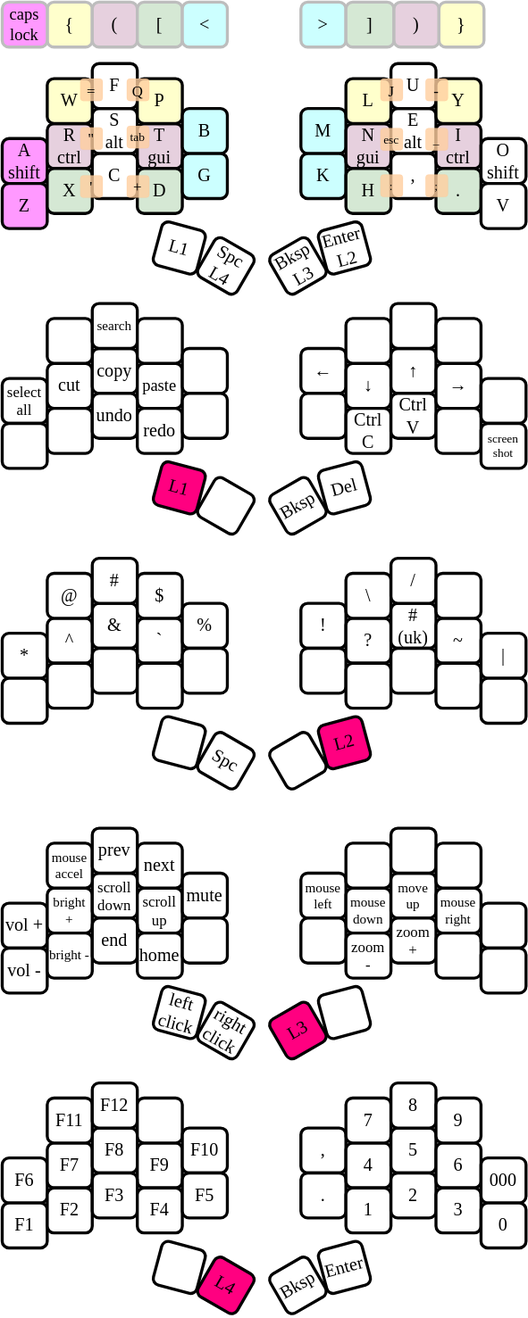
The draw.io diagram images/keymap.svg in smallwat3r/vial-keymap, before a commit. Source tidied: cells renumbered, new cells last; positions are measured from the earlier drawing's top-left corner, leaving out a move shared by most shapes.
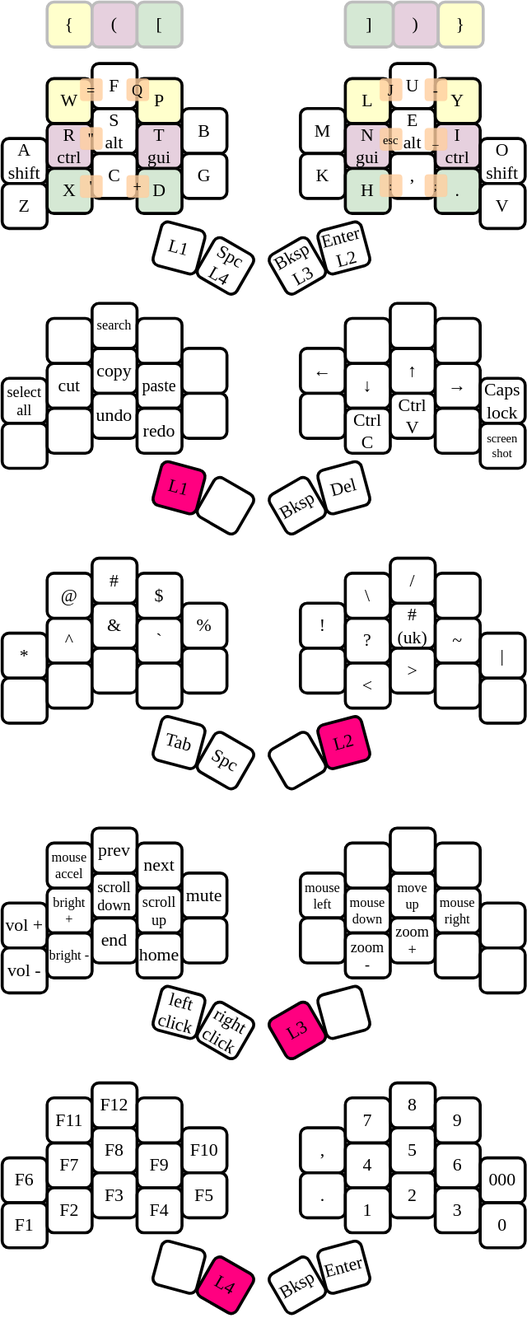
The same file after the commit.

Change to the diagram source:
```diff
@@ -2,10 +2,10 @@
   <root>
     <mxCell id="0" />
     <mxCell id="1" parent="0" />
-    <mxCell id="2" value="A&#10;shift" style="whiteSpace=wrap;glass=0;rounded=1;shadow=0;textShadow=0;strokeWidth=2;perimeterSpacing=2;flipV=1;flipH=1;fillColor=#FF99FF;fontFamily=Comic Sans MS;fontStyle=0;" parent="1" vertex="1">
+    <mxCell id="2" value="A&#10;shift" style="whiteSpace=wrap;glass=0;rounded=1;shadow=0;textShadow=0;strokeWidth=2;perimeterSpacing=2;flipV=1;flipH=1;fillColor=#FFFFFF;fontFamily=Comic Sans MS;fontStyle=0;" parent="1" vertex="1">
       <mxGeometry y="91" width="30" height="30" as="geometry" />
     </mxCell>
-    <mxCell id="3" value="Z" style="whiteSpace=wrap;glass=0;rounded=1;shadow=0;textShadow=0;strokeWidth=2;perimeterSpacing=2;flipV=1;flipH=1;fillColor=#FF99FF;fontFamily=Comic Sans MS;fontStyle=0;" parent="1" vertex="1">
+    <mxCell id="3" value="Z" style="whiteSpace=wrap;glass=0;rounded=1;shadow=0;textShadow=0;strokeWidth=2;perimeterSpacing=2;flipV=1;flipH=1;fillColor=#FFFFFF;fontFamily=Comic Sans MS;fontStyle=0;" parent="1" vertex="1">
       <mxGeometry y="121" width="30" height="30" as="geometry" />
     </mxCell>
     <mxCell id="4" value="R&#10;ctrl" style="whiteSpace=wrap;glass=0;rounded=1;shadow=0;textShadow=0;strokeWidth=2;perimeterSpacing=2;flipV=1;flipH=1;fillColor=#E6D0DE;fontFamily=Comic Sans MS;fontStyle=0;" parent="1" vertex="1">
@@ -35,16 +35,16 @@
     <mxCell id="12" value="P" style="whiteSpace=wrap;glass=0;rounded=1;shadow=0;textShadow=0;strokeWidth=2;perimeterSpacing=2;flipV=1;flipH=1;fillColor=#FFFFCC;fontFamily=Comic Sans MS;fontStyle=0;" parent="1" vertex="1">
       <mxGeometry x="90" y="51" width="30" height="30" as="geometry" />
     </mxCell>
-    <mxCell id="13" value="B" style="whiteSpace=wrap;glass=0;rounded=1;shadow=0;textShadow=0;strokeWidth=2;perimeterSpacing=2;flipV=1;flipH=1;fillColor=#CCFFFF;fontFamily=Comic Sans MS;fontStyle=0;" parent="1" vertex="1">
+    <mxCell id="13" value="B" style="whiteSpace=wrap;glass=0;rounded=1;shadow=0;textShadow=0;strokeWidth=2;perimeterSpacing=2;flipV=1;flipH=1;fillColor=#FFFFFF;fontFamily=Comic Sans MS;fontStyle=0;" parent="1" vertex="1">
       <mxGeometry x="120" y="71" width="30" height="30" as="geometry" />
     </mxCell>
-    <mxCell id="14" value="G" style="whiteSpace=wrap;glass=0;rounded=1;shadow=0;textShadow=0;strokeWidth=2;perimeterSpacing=2;flipV=1;flipH=1;fillColor=#CCFFFF;fontFamily=Comic Sans MS;fontStyle=0;" parent="1" vertex="1">
+    <mxCell id="14" value="G" style="whiteSpace=wrap;glass=0;rounded=1;shadow=0;textShadow=0;strokeWidth=2;perimeterSpacing=2;flipV=1;flipH=1;fillColor=#FFFFFF;fontFamily=Comic Sans MS;fontStyle=0;" parent="1" vertex="1">
       <mxGeometry x="120" y="101" width="30" height="30" as="geometry" />
     </mxCell>
-    <mxCell id="15" value="M" style="whiteSpace=wrap;glass=0;rounded=1;shadow=0;textShadow=0;strokeWidth=2;perimeterSpacing=2;flipV=1;flipH=1;fillColor=#CCFFFF;fontFamily=Comic Sans MS;fontStyle=0;" parent="1" vertex="1">
+    <mxCell id="15" value="M" style="whiteSpace=wrap;glass=0;rounded=1;shadow=0;textShadow=0;strokeWidth=2;perimeterSpacing=2;flipV=1;flipH=1;fillColor=#FFFFFF;fontFamily=Comic Sans MS;fontStyle=0;" parent="1" vertex="1">
       <mxGeometry x="199" y="71" width="30" height="30" as="geometry" />
     </mxCell>
-    <mxCell id="16" value="K" style="whiteSpace=wrap;glass=0;rounded=1;shadow=0;textShadow=0;strokeWidth=2;perimeterSpacing=2;flipV=1;flipH=1;fillColor=#CCFFFF;fontFamily=Comic Sans MS;fontStyle=0;" parent="1" vertex="1">
+    <mxCell id="16" value="K" style="whiteSpace=wrap;glass=0;rounded=1;shadow=0;textShadow=0;strokeWidth=2;perimeterSpacing=2;flipV=1;flipH=1;fillColor=#FFFFFF;fontFamily=Comic Sans MS;fontStyle=0;" parent="1" vertex="1">
       <mxGeometry x="199" y="101" width="30" height="30" as="geometry" />
     </mxCell>
     <mxCell id="17" value="N&#10;gui" style="whiteSpace=wrap;glass=0;rounded=1;shadow=0;textShadow=0;strokeWidth=2;perimeterSpacing=2;flipV=1;flipH=1;fillColor=#E6D0DE;fontFamily=Comic Sans MS;fontStyle=0;" parent="1" vertex="1">
@@ -164,7 +164,7 @@
     <mxCell id="55" style="whiteSpace=wrap;glass=0;rounded=1;shadow=0;textShadow=0;strokeWidth=2;perimeterSpacing=2;flipV=1;flipH=1;fontFamily=Comic Sans MS;fontStyle=0;" parent="1" vertex="1">
       <mxGeometry x="289" y="211" width="30" height="30" as="geometry" />
     </mxCell>
-    <mxCell id="56" style="whiteSpace=wrap;glass=0;rounded=1;shadow=0;textShadow=0;strokeWidth=2;perimeterSpacing=2;flipV=1;flipH=1;fontFamily=Comic Sans MS;fontStyle=0;" parent="1" vertex="1">
+    <mxCell id="56" value="Caps lock" style="whiteSpace=wrap;glass=0;rounded=1;shadow=0;textShadow=0;strokeWidth=2;perimeterSpacing=2;flipV=1;flipH=1;fontFamily=Comic Sans MS;fontStyle=0;" parent="1" vertex="1">
       <mxGeometry x="319" y="251" width="30" height="30" as="geometry" />
     </mxCell>
     <mxCell id="57" value="screen shot" style="whiteSpace=wrap;glass=0;rounded=1;shadow=0;textShadow=0;strokeWidth=2;perimeterSpacing=2;flipV=1;flipH=1;fontFamily=Comic Sans MS;fontStyle=0;fontSize=8;" parent="1" vertex="1">
@@ -191,9 +191,6 @@
     <mxCell id="64" value="[" style="whiteSpace=wrap;glass=0;rounded=1;shadow=0;textShadow=0;strokeWidth=2;perimeterSpacing=2;flipV=1;flipH=1;fillColor=#D5E8D4;strokeColor=#BDBDBD;fontFamily=Comic Sans MS;fontStyle=0;" parent="1" vertex="1">
       <mxGeometry x="90" width="30" height="30" as="geometry" />
     </mxCell>
-    <mxCell id="65" value="&lt;" style="whiteSpace=wrap;glass=0;rounded=1;shadow=0;textShadow=0;strokeWidth=2;perimeterSpacing=2;flipV=1;flipH=1;fillColor=#CCFFFF;strokeColor=#BDBDBD;fontFamily=Comic Sans MS;fontStyle=0;" parent="1" vertex="1">
-      <mxGeometry x="120" width="30" height="30" as="geometry" />
-    </mxCell>
     <mxCell id="66" value="Q" style="glass=0;rounded=1;shadow=0;textShadow=0;strokeWidth=0;perimeterSpacing=0;flipV=1;flipH=1;fontSize=10;opacity=80;fillColor=#FFCE9F;verticalAlign=middle;fontFamily=Comic Sans MS;fontStyle=0;strokeColor=#FFB570;labelBackgroundColor=none;labelBorderColor=none;whiteSpace=wrap;dashed=1;dashPattern=8 8;" parent="1" vertex="1">
       <mxGeometry x="83" y="51" width="15" height="15" as="geometry" />
     </mxCell>
@@ -203,15 +200,6 @@
     <mxCell id="68" value="&quot;" style="glass=0;rounded=1;shadow=0;textShadow=0;strokeWidth=0;perimeterSpacing=0;flipV=1;flipH=1;fontSize=10;opacity=80;fillColor=#FFCE9F;verticalAlign=middle;fontFamily=Comic Sans MS;fontStyle=0;strokeColor=#FFB570;labelBackgroundColor=none;labelBorderColor=none;whiteSpace=wrap;dashed=1;dashPattern=8 8;" parent="1" vertex="1">
       <mxGeometry x="52" y="83.5" width="15" height="15" as="geometry" />
     </mxCell>
-    <mxCell id="69" value="tab" style="glass=0;rounded=1;shadow=0;textShadow=0;strokeWidth=0;perimeterSpacing=0;flipV=1;flipH=1;fontSize=8;opacity=80;fillColor=#FFCE9F;verticalAlign=middle;fontFamily=Comic Sans MS;fontStyle=0;strokeColor=#FFB570;labelBackgroundColor=none;labelBorderColor=none;whiteSpace=wrap;dashed=1;dashPattern=8 8;" parent="1" vertex="1">
-      <mxGeometry x="83" y="82.5" width="15" height="15" as="geometry" />
-    </mxCell>
-    <mxCell id="70" value="caps lock" style="whiteSpace=wrap;glass=0;rounded=1;shadow=0;textShadow=0;strokeWidth=2;perimeterSpacing=2;flipV=1;flipH=1;fillColor=#FF99FF;fontSize=11;strokeColor=#BDBDBD;fontFamily=Comic Sans MS;fontStyle=0;" parent="1" vertex="1">
-      <mxGeometry width="30" height="30" as="geometry" />
-    </mxCell>
-    <mxCell id="71" value="&gt;" style="whiteSpace=wrap;glass=0;rounded=1;shadow=0;textShadow=0;strokeWidth=2;perimeterSpacing=2;flipV=1;flipH=1;fillColor=#CCFFFF;strokeColor=#BDBDBD;fontFamily=Comic Sans MS;fontStyle=0;" parent="1" vertex="1">
-      <mxGeometry x="199" width="30" height="30" as="geometry" />
-    </mxCell>
     <mxCell id="72" value="]" style="whiteSpace=wrap;glass=0;rounded=1;shadow=0;textShadow=0;strokeWidth=2;perimeterSpacing=2;flipV=1;flipH=1;fillColor=#D5E8D4;strokeColor=#BDBDBD;fontFamily=Comic Sans MS;fontStyle=0;" parent="1" vertex="1">
       <mxGeometry x="229" width="32" height="30" as="geometry" />
     </mxCell>
@@ -287,7 +275,7 @@
     <mxCell id="96" value="?" style="whiteSpace=wrap;glass=0;rounded=1;shadow=0;textShadow=0;strokeWidth=2;perimeterSpacing=2;flipV=1;flipH=1;fontFamily=Comic Sans MS;fontStyle=0;" parent="1" vertex="1">
       <mxGeometry x="229" y="411" width="30" height="30" as="geometry" />
     </mxCell>
-    <mxCell id="97" style="whiteSpace=wrap;glass=0;rounded=1;shadow=0;textShadow=0;strokeWidth=2;perimeterSpacing=2;flipV=1;flipH=1;fontFamily=Comic Sans MS;fontStyle=0;" parent="1" vertex="1">
+    <mxCell id="97" value="&lt;" style="whiteSpace=wrap;glass=0;rounded=1;shadow=0;textShadow=0;strokeWidth=2;perimeterSpacing=2;flipV=1;flipH=1;fontFamily=Comic Sans MS;fontStyle=0;" parent="1" vertex="1">
       <mxGeometry x="229" y="441" width="30" height="30" as="geometry" />
     </mxCell>
     <mxCell id="98" value="\" style="whiteSpace=wrap;glass=0;rounded=1;shadow=0;textShadow=0;fontSize=12;strokeWidth=2;perimeterSpacing=2;flipV=1;flipH=1;fontFamily=Comic Sans MS;fontStyle=0;" parent="1" vertex="1">
@@ -296,7 +284,7 @@
     <mxCell id="99" value="# (uk)" style="whiteSpace=wrap;glass=0;rounded=1;shadow=0;textShadow=0;strokeWidth=2;perimeterSpacing=2;flipV=1;flipH=1;fontFamily=Comic Sans MS;fontStyle=0;" parent="1" vertex="1">
       <mxGeometry x="259" y="401" width="30" height="30" as="geometry" />
     </mxCell>
-    <mxCell id="100" style="whiteSpace=wrap;glass=0;rounded=1;shadow=0;textShadow=0;strokeWidth=2;perimeterSpacing=2;flipV=1;flipH=1;fontFamily=Comic Sans MS;fontStyle=0;" parent="1" vertex="1">
+    <mxCell id="100" value="&gt;" style="whiteSpace=wrap;glass=0;rounded=1;shadow=0;textShadow=0;strokeWidth=2;perimeterSpacing=2;flipV=1;flipH=1;fontFamily=Comic Sans MS;fontStyle=0;" parent="1" vertex="1">
       <mxGeometry x="259" y="431" width="30" height="30" as="geometry" />
     </mxCell>
     <mxCell id="101" value="/" style="whiteSpace=wrap;glass=0;rounded=1;shadow=0;textShadow=0;strokeWidth=2;perimeterSpacing=2;flipV=1;flipH=1;fontFamily=Comic Sans MS;fontStyle=0;" parent="1" vertex="1">
@@ -317,7 +305,7 @@
     <mxCell id="106" style="whiteSpace=wrap;glass=0;rounded=1;shadow=0;textShadow=0;strokeWidth=2;perimeterSpacing=2;flipV=1;flipH=1;fontFamily=Comic Sans MS;fontStyle=0;" parent="1" vertex="1">
       <mxGeometry x="319" y="451" width="30" height="30" as="geometry" />
     </mxCell>
-    <mxCell id="107" style="whiteSpace=wrap;glass=0;rounded=1;shadow=0;textShadow=0;rotation=15;direction=west;labelBackgroundColor=none;fillColor=#FFFFFF;strokeWidth=2;perimeterSpacing=2;flipV=1;flipH=1;fontFamily=Comic Sans MS;fontStyle=0;" parent="1" vertex="1">
+    <mxCell id="107" value="Tab" style="whiteSpace=wrap;glass=0;rounded=1;shadow=0;textShadow=0;rotation=15;direction=west;labelBackgroundColor=none;fillColor=#FFFFFF;strokeWidth=2;perimeterSpacing=2;flipV=1;flipH=1;fontFamily=Comic Sans MS;fontStyle=0;" parent="1" vertex="1">
       <mxGeometry x="103" y="479" width="30" height="30" as="geometry" />
     </mxCell>
     <mxCell id="108" value="Spc" style="whiteSpace=wrap;glass=0;rounded=1;shadow=0;textShadow=0;rotation=30;direction=north;strokeWidth=2;perimeterSpacing=2;flipV=1;flipH=1;fontFamily=Comic Sans MS;fontStyle=0;" parent="1" vertex="1">
```
